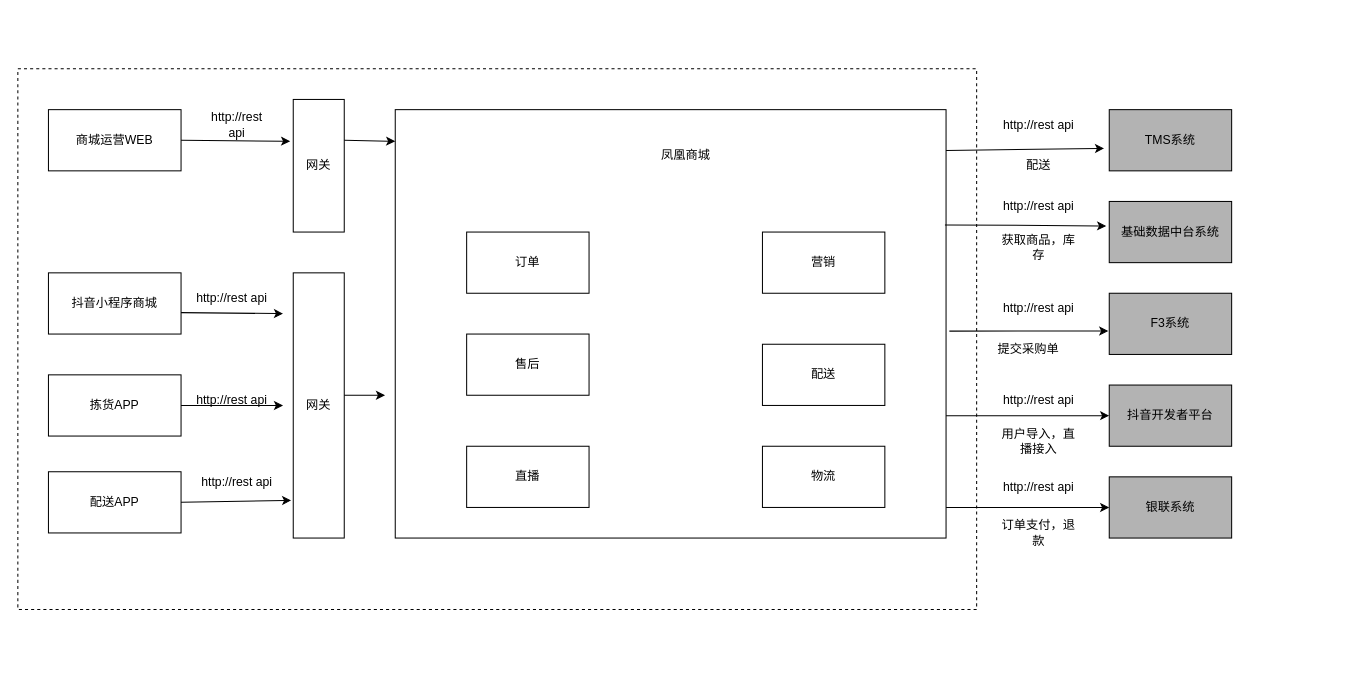
Earlier version of the draw.io diagram ArchitectureDiagram/凤凰商场整体架构.drawio (liuyunlong1229/aaa). Source tidied: cells renumbered, new cells numbered last; positions are measured from the earlier drawing's top-left corner, leaving out a move shared by most shapes. Both pictures are drawn from the tidied source at 102%, with x=0, y=0 at pixel (17, 68).
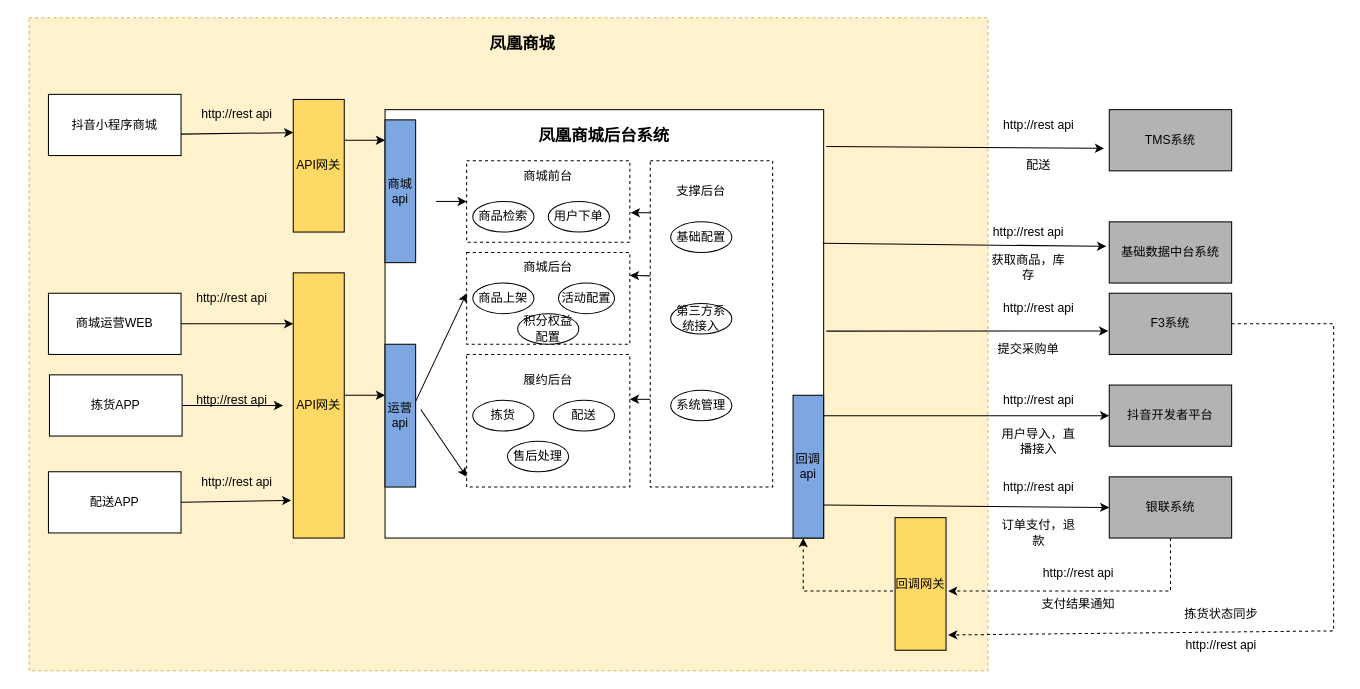
The same diagram, later.

Commit message:
更新凤凰商场整体架构.drawio

Unchanged cells that the change refers to:
```xml
<mxCell id="4" value="TMS系统" style="rounded=0;whiteSpace=wrap;html=1;fillColor=#B3B3B3;" parent="1" vertex="1">
  <mxGeometry x="1070" y="40" width="120" height="60" as="geometry" />
</mxCell>
<mxCell id="7" value="抖音开发者平台" style="rounded=0;whiteSpace=wrap;html=1;fillColor=#B3B3B3;" parent="1" vertex="1">
  <mxGeometry x="1070" y="310" width="120" height="60" as="geometry" />
</mxCell>
<mxCell id="28" value="银联系统" style="rounded=0;whiteSpace=wrap;html=1;fillColor=#B3B3B3;" parent="1" vertex="1">
  <mxGeometry x="1070" y="400" width="120" height="60" as="geometry" />
</mxCell>
```

Diff of the diagram source:
```diff
@@
-    <mxCell id="2" style="rounded=0;whiteSpace=wrap;html=1;dashed=1;" parent="1" vertex="1">
-      <mxGeometry width="940" height="530" as="geometry" />
+    <mxCell id="2" style="rounded=0;whiteSpace=wrap;html=1;dashed=1;fillColor=#fff2cc;strokeColor=#d6b656;" parent="1" vertex="1">
+      <mxGeometry x="11" y="-50" width="940" height="640" as="geometry" />
     </mxCell>
     <mxCell id="3" style="rounded=0;whiteSpace=wrap;html=1;" parent="1" vertex="1">
-      <mxGeometry x="370" y="40" width="540" height="420" as="geometry" />
+      <mxGeometry x="360" y="40" width="430" height="420" as="geometry" />
     </mxCell>
@@
     <mxCell id="5" value="基础数据中台系统" style="rounded=0;whiteSpace=wrap;html=1;fillColor=#B3B3B3;" parent="1" vertex="1">
-      <mxGeometry x="1070" y="130" width="120" height="60" as="geometry" />
+      <mxGeometry x="1070" y="150" width="120" height="60" as="geometry" />
     </mxCell>
@@
     <mxCell id="8" value="抖音小程序商城" style="rounded=0;whiteSpace=wrap;html=1;" parent="1" vertex="1">
-      <mxGeometry x="30" y="200" width="130" height="60" as="geometry" />
+      <mxGeometry x="30" y="25" width="130" height="60" as="geometry" />
     </mxCell>
     <mxCell id="9" value="商城运营WEB" style="rounded=0;whiteSpace=wrap;html=1;" parent="1" vertex="1">
-      <mxGeometry x="30" y="40" width="130" height="60" as="geometry" />
+      <mxGeometry x="30" y="220" width="130" height="60" as="geometry" />
     </mxCell>
     <mxCell id="10" value="拣货APP" style="rounded=0;whiteSpace=wrap;html=1;" parent="1" vertex="1">
-      <mxGeometry x="30" y="300" width="130" height="60" as="geometry" />
+      <mxGeometry x="31" y="300" width="130" height="60" as="geometry" />
     </mxCell>
@@
-    <mxCell id="12" value="网关" style="rounded=0;whiteSpace=wrap;html=1;" parent="1" vertex="1">
+    <mxCell id="12" value="API网关" style="rounded=0;whiteSpace=wrap;html=1;fillColor=#FFD966;" parent="1" vertex="1">
       <mxGeometry x="270" y="30" width="50" height="130" as="geometry" />
     </mxCell>
-    <mxCell id="13" value="&lt;span style=&quot;font-weight: normal;&quot;&gt;网关&lt;/span&gt;" style="rounded=0;whiteSpace=wrap;html=1;fontStyle=1;" parent="1" vertex="1">
+    <mxCell id="13" value="&lt;span style=&quot;font-weight: normal;&quot;&gt;API网关&lt;/span&gt;" style="rounded=0;whiteSpace=wrap;html=1;fontStyle=1;fillColor=#FFD966;" parent="1" vertex="1">
       <mxGeometry x="270" y="200" width="50" height="260" as="geometry" />
     </mxCell>
-    <mxCell id="14" value="售后" style="rounded=0;whiteSpace=wrap;html=1;" parent="1" vertex="1">
-      <mxGeometry x="440" y="260" width="120" height="60" as="geometry" />
-    </mxCell>
-    <mxCell id="15" value="配送" style="rounded=0;whiteSpace=wrap;html=1;" parent="1" vertex="1">
-      <mxGeometry x="730" y="270" width="120" height="60" as="geometry" />
+    <mxCell id="15" style="rounded=0;whiteSpace=wrap;html=1;dashed=1;" parent="1" vertex="1">
+      <mxGeometry x="620" y="90" width="120" height="320" as="geometry" />
     </mxCell>
-    <mxCell id="16" value="直播" style="rounded=0;whiteSpace=wrap;html=1;" parent="1" vertex="1">
-      <mxGeometry x="440" y="370" width="120" height="60" as="geometry" />
-    </mxCell>
-    <mxCell id="17" value="物流" style="rounded=0;whiteSpace=wrap;html=1;" parent="1" vertex="1">
-      <mxGeometry x="730" y="370" width="120" height="60" as="geometry" />
-    </mxCell>
-    <mxCell id="18" value="订单" style="rounded=0;whiteSpace=wrap;html=1;" parent="1" vertex="1">
-      <mxGeometry x="440" y="160" width="120" height="60" as="geometry" />
+    <mxCell id="18" style="rounded=0;whiteSpace=wrap;html=1;dashed=1;" parent="1" vertex="1">
+      <mxGeometry x="440" y="90" width="160" height="80" as="geometry" />
     </mxCell>
-    <mxCell id="19" value="营销" style="rounded=0;whiteSpace=wrap;html=1;" parent="1" vertex="1">
-      <mxGeometry x="730" y="160" width="120" height="60" as="geometry" />
+    <mxCell id="19" style="rounded=0;whiteSpace=wrap;html=1;dashed=1;" parent="1" vertex="1">
+      <mxGeometry x="440" y="180" width="160" height="90" as="geometry" />
     </mxCell>
-    <mxCell id="20" value="凤凰商城" style="text;html=1;strokeColor=none;fillColor=none;align=center;verticalAlign=middle;whiteSpace=wrap;rounded=0;" parent="1" vertex="1">
-      <mxGeometry x="580" y="70" width="150" height="30" as="geometry" />
+    <mxCell id="20" value="&lt;b&gt;&lt;font style=&quot;font-size: 16px;&quot;&gt;凤凰商城后台系统&lt;/font&gt;&lt;/b&gt;" style="text;html=1;strokeColor=none;fillColor=none;align=center;verticalAlign=middle;whiteSpace=wrap;rounded=0;" parent="1" vertex="1">
+      <mxGeometry x="500" y="50" width="150" height="30" as="geometry" />
     </mxCell>
-    <mxCell id="21" style="endArrow=classic;html=1;rounded=0;entryX=-0.06;entryY=0.315;entryDx=0;entryDy=0;entryPerimeter=0;exitX=1;exitY=0.5;exitDx=0;exitDy=0;" parent="1" edge="1" source="9" target="12">
-      <mxGeometry relative="1" as="geometry" />
+    <mxCell id="21" style="endArrow=classic;html=1;rounded=0;exitX=1;exitY=0.5;exitDx=0;exitDy=0;" parent="1" edge="1" source="9">
+      <mxGeometry relative="1" as="geometry">
+        <mxPoint x="270" y="250" as="targetPoint" />
+      </mxGeometry>
     </mxCell>
-    <mxCell id="22" style="endArrow=classic;html=1;rounded=0;entryX=0;entryY=0.074;entryDx=0;entryDy=0;entryPerimeter=0;" parent="1" edge="1" target="3">
+    <mxCell id="22" style="endArrow=classic;html=1;rounded=0;" parent="1" edge="1">
       <mxGeometry relative="1" as="geometry">
         <mxPoint x="320" y="70" as="sourcePoint" />
+        <mxPoint x="360" y="70" as="targetPoint" />
       </mxGeometry>
     </mxCell>
-    <mxCell id="23" style="endArrow=classic;html=1;rounded=0;exitX=1;exitY=0.65;exitDx=0;exitDy=0;exitPerimeter=0;" parent="1" edge="1" source="8">
-      <mxGeometry relative="1" as="geometry">
-        <mxPoint x="260" y="240" as="targetPoint" />
-      </mxGeometry>
+    <mxCell id="23" style="endArrow=classic;html=1;rounded=0;exitX=1;exitY=0.65;exitDx=0;exitDy=0;exitPerimeter=0;entryX=0;entryY=0.25;entryDx=0;entryDy=0;" parent="1" edge="1" source="8" target="12">
+      <mxGeometry relative="1" as="geometry" />
     </mxCell>
@@
-    <mxCell id="27" style="endArrow=classic;html=1;rounded=0;entryX=-0.042;entryY=0.633;entryDx=0;entryDy=0;entryPerimeter=0;" parent="1" edge="1" target="4">
-      <mxGeometry relative="1" as="geometry">
-        <mxPoint x="910" y="80" as="sourcePoint" />
-      </mxGeometry>
+    <mxCell id="27" style="endArrow=classic;html=1;rounded=0;entryX=-0.042;entryY=0.633;entryDx=0;entryDy=0;entryPerimeter=0;exitX=1.006;exitY=0.086;exitDx=0;exitDy=0;exitPerimeter=0;" parent="1" edge="1" source="3" target="4">
+      <mxGeometry relative="1" as="geometry" />
     </mxCell>
@@
-    <mxCell id="29" style="endArrow=classic;html=1;rounded=0;exitX=0.998;exitY=0.269;exitDx=0;exitDy=0;exitPerimeter=0;entryX=-0.025;entryY=0.4;entryDx=0;entryDy=0;entryPerimeter=0;" parent="1" edge="1" source="3" target="5">
+    <mxCell id="29" style="endArrow=classic;html=1;rounded=0;entryX=-0.025;entryY=0.4;entryDx=0;entryDy=0;entryPerimeter=0;exitX=0.998;exitY=0.312;exitDx=0;exitDy=0;exitPerimeter=0;" parent="1" edge="1" source="3" target="5">
       <mxGeometry relative="1" as="geometry" />
     </mxCell>
@@
     <mxCell id="31" style="endArrow=classic;html=1;rounded=0;entryX=0;entryY=0.5;entryDx=0;entryDy=0;" parent="1" edge="1" target="7">
       <mxGeometry relative="1" as="geometry">
-        <mxPoint x="910" y="340" as="sourcePoint" />
+        <mxPoint x="790" y="340" as="sourcePoint" />
       </mxGeometry>
     </mxCell>
-    <mxCell id="32" style="endArrow=classic;html=1;rounded=0;entryX=0;entryY=0.5;entryDx=0;entryDy=0;" parent="1" edge="1" target="28">
-      <mxGeometry relative="1" as="geometry">
-        <mxPoint x="910" y="430" as="sourcePoint" />
-      </mxGeometry>
+    <mxCell id="32" style="endArrow=classic;html=1;rounded=0;entryX=0;entryY=0.5;entryDx=0;entryDy=0;exitX=0.999;exitY=0.923;exitDx=0;exitDy=0;exitPerimeter=0;" parent="1" edge="1" source="3" target="28">
+      <mxGeometry relative="1" as="geometry" />
     </mxCell>
     <mxCell id="33" value="http://rest api" style="text;html=1;strokeColor=none;fillColor=none;align=center;verticalAlign=middle;whiteSpace=wrap;rounded=0;" parent="1" vertex="1">
-      <mxGeometry x="180" y="40" width="70" height="30" as="geometry" />
+      <mxGeometry x="175" y="30" width="80" height="30" as="geometry" />
     </mxCell>
@@
     <mxCell id="38" value="http://rest api" style="text;html=1;strokeColor=none;fillColor=none;align=center;verticalAlign=middle;whiteSpace=wrap;rounded=0;" parent="1" vertex="1">
-      <mxGeometry x="961" y="120" width="80" height="30" as="geometry" />
+      <mxGeometry x="951" y="145" width="80" height="30" as="geometry" />
     </mxCell>
     <mxCell id="39" value="获取商品，库存" style="text;html=1;strokeColor=none;fillColor=none;align=center;verticalAlign=middle;whiteSpace=wrap;rounded=0;" parent="1" vertex="1">
-      <mxGeometry x="961" y="160" width="80" height="30" as="geometry" />
+      <mxGeometry x="951" y="180" width="80" height="30" as="geometry" />
     </mxCell>
@@
+    <mxCell id="47" value="回调网关" style="rounded=0;whiteSpace=wrap;html=1;fillColor=#FFD966;" parent="1" vertex="1">
+      <mxGeometry x="860" y="440" width="50" height="130" as="geometry" />
+    </mxCell>
+    <mxCell id="48" style="endArrow=classic;html=1;rounded=0;exitX=0.5;exitY=1;exitDx=0;exitDy=0;entryX=1.04;entryY=0.554;entryDx=0;entryDy=0;dashed=1;entryPerimeter=0;" parent="1" edge="1" source="28" target="47">
+      <mxGeometry relative="1" as="geometry">
+        <Array as="points">
+          <mxPoint x="1130" y="512" />
+        </Array>
+      </mxGeometry>
+    </mxCell>
+    <mxCell id="49" style="endArrow=classic;html=1;rounded=0;dashed=1;exitX=-0.04;exitY=0.554;exitDx=0;exitDy=0;exitPerimeter=0;entryX=0.333;entryY=1;entryDx=0;entryDy=0;entryPerimeter=0;" parent="1" edge="1" source="47" target="77">
+      <mxGeometry relative="1" as="geometry">
+        <Array as="points">
+          <mxPoint x="770" y="512" />
+        </Array>
+      </mxGeometry>
+    </mxCell>
+    <mxCell id="50" value="商城api" style="rounded=0;whiteSpace=wrap;html=1;fillColor=#7EA6E0;" parent="1" vertex="1">
+      <mxGeometry x="360" y="50" width="30" height="140" as="geometry" />
+    </mxCell>
+    <mxCell id="51" value="运营api" style="rounded=0;whiteSpace=wrap;html=1;fillColor=#7EA6E0;" parent="1" vertex="1">
+      <mxGeometry x="360" y="270" width="30" height="140" as="geometry" />
+    </mxCell>
+    <mxCell id="52" style="endArrow=classic;html=1;rounded=0;dashed=1;entryX=1.04;entryY=0.885;entryDx=0;entryDy=0;entryPerimeter=0;" parent="1" edge="1" target="47">
+      <mxGeometry relative="1" as="geometry">
+        <mxPoint x="1190" y="250" as="sourcePoint" />
+        <Array as="points">
+          <mxPoint x="1290" y="250" />
+          <mxPoint x="1290" y="551" />
+        </Array>
+      </mxGeometry>
+    </mxCell>
+    <mxCell id="53" value="&lt;b&gt;&lt;font style=&quot;font-size: 16px;&quot;&gt;凤凰商城&lt;/font&gt;&lt;/b&gt;" style="text;html=1;strokeColor=none;fillColor=none;align=center;verticalAlign=middle;whiteSpace=wrap;rounded=0;" parent="1" vertex="1">
+      <mxGeometry x="420" y="-40" width="150" height="30" as="geometry" />
+    </mxCell>
+    <mxCell id="54" style="endArrow=classic;html=1;rounded=0;entryX=0;entryY=0.5;entryDx=0;entryDy=0;" parent="1" edge="1" target="18">
+      <mxGeometry relative="1" as="geometry">
+        <mxPoint x="410" y="130" as="sourcePoint" />
+      </mxGeometry>
+    </mxCell>
+    <mxCell id="55" style="endArrow=classic;html=1;rounded=0;exitX=1;exitY=0.4;exitDx=0;exitDy=0;exitPerimeter=0;" parent="1" edge="1" source="51">
+      <mxGeometry relative="1" as="geometry">
+        <mxPoint x="440" y="220" as="targetPoint" />
+      </mxGeometry>
+    </mxCell>
+    <mxCell id="56" style="endArrow=classic;html=1;rounded=0;entryX=0;entryY=0.5;entryDx=0;entryDy=0;exitX=1.167;exitY=0.457;exitDx=0;exitDy=0;exitPerimeter=0;" parent="1" edge="1" source="51">
+      <mxGeometry relative="1" as="geometry">
+        <mxPoint x="440" y="400" as="targetPoint" />
+      </mxGeometry>
+    </mxCell>
+    <mxCell id="57" style="rounded=0;whiteSpace=wrap;html=1;dashed=1;" parent="1" vertex="1">
+      <mxGeometry x="440" y="280" width="160" height="130" as="geometry" />
+    </mxCell>
+    <mxCell id="58" value="拣货" style="ellipse;whiteSpace=wrap;html=1;" parent="1" vertex="1">
+      <mxGeometry x="446" y="325" width="60" height="30" as="geometry" />
+    </mxCell>
+    <mxCell id="59" value="配送" style="ellipse;whiteSpace=wrap;html=1;" parent="1" vertex="1">
+      <mxGeometry x="525" y="325" width="60" height="30" as="geometry" />
+    </mxCell>
+    <mxCell id="60" value="售后处理" style="ellipse;whiteSpace=wrap;html=1;" parent="1" vertex="1">
+      <mxGeometry x="480" y="365" width="60" height="30" as="geometry" />
+    </mxCell>
+    <mxCell id="61" value="履约后台" style="text;html=1;strokeColor=none;fillColor=none;align=center;verticalAlign=middle;whiteSpace=wrap;rounded=0;" parent="1" vertex="1">
+      <mxGeometry x="490" y="290" width="60" height="30" as="geometry" />
+    </mxCell>
+    <mxCell id="62" value="商城后台" style="text;html=1;strokeColor=none;fillColor=none;align=center;verticalAlign=middle;whiteSpace=wrap;rounded=0;" parent="1" vertex="1">
+      <mxGeometry x="490" y="180" width="60" height="30" as="geometry" />
+    </mxCell>
+    <mxCell id="63" value="商品上架" style="ellipse;whiteSpace=wrap;html=1;" parent="1" vertex="1">
+      <mxGeometry x="446" y="210" width="60" height="30" as="geometry" />
+    </mxCell>
+    <mxCell id="64" value="活动配置" style="ellipse;whiteSpace=wrap;html=1;" parent="1" vertex="1">
+      <mxGeometry x="530" y="210" width="55" height="30" as="geometry" />
+    </mxCell>
+    <mxCell id="65" value="积分权益配置" style="ellipse;whiteSpace=wrap;html=1;" parent="1" vertex="1">
+      <mxGeometry x="490" y="240" width="60" height="30" as="geometry" />
+    </mxCell>
+    <mxCell id="66" value="商城前台" style="text;html=1;strokeColor=none;fillColor=none;align=center;verticalAlign=middle;whiteSpace=wrap;rounded=0;" parent="1" vertex="1">
+      <mxGeometry x="490" y="90" width="60" height="30" as="geometry" />
+    </mxCell>
+    <mxCell id="67" value="商品检索" style="ellipse;whiteSpace=wrap;html=1;" parent="1" vertex="1">
+      <mxGeometry x="446" y="130" width="60" height="30" as="geometry" />
+    </mxCell>
+    <mxCell id="68" value="用户下单" style="ellipse;whiteSpace=wrap;html=1;" parent="1" vertex="1">
+      <mxGeometry x="520" y="130" width="60" height="30" as="geometry" />
+    </mxCell>
+    <mxCell id="69" value="支撑后台" style="text;html=1;strokeColor=none;fillColor=none;align=center;verticalAlign=middle;whiteSpace=wrap;rounded=0;" parent="1" vertex="1">
+      <mxGeometry x="640" y="105" width="60" height="30" as="geometry" />
+    </mxCell>
+    <mxCell id="70" value="基础配置" style="ellipse;whiteSpace=wrap;html=1;" parent="1" vertex="1">
+      <mxGeometry x="640" y="150" width="60" height="30" as="geometry" />
+    </mxCell>
+    <mxCell id="71" value="第三方系统接入" style="ellipse;whiteSpace=wrap;html=1;" parent="1" vertex="1">
+      <mxGeometry x="640" y="230" width="60" height="30" as="geometry" />
+    </mxCell>
+    <mxCell id="72" value="系统管理" style="ellipse;whiteSpace=wrap;html=1;" parent="1" vertex="1">
+      <mxGeometry x="640" y="315" width="60" height="30" as="geometry" />
+    </mxCell>
+    <mxCell id="73" value="支付结果通知" style="text;html=1;strokeColor=none;fillColor=none;align=center;verticalAlign=middle;whiteSpace=wrap;rounded=0;" parent="1" vertex="1">
+      <mxGeometry x="1000" y="510" width="80" height="30" as="geometry" />
+    </mxCell>
+    <mxCell id="74" value="拣货状态同步" style="text;html=1;strokeColor=none;fillColor=none;align=center;verticalAlign=middle;whiteSpace=wrap;rounded=0;" parent="1" vertex="1">
+      <mxGeometry x="1140" y="520" width="80" height="30" as="geometry" />
+    </mxCell>
+    <mxCell id="75" value="http://rest api" style="text;html=1;strokeColor=none;fillColor=none;align=center;verticalAlign=middle;whiteSpace=wrap;rounded=0;" parent="1" vertex="1">
+      <mxGeometry x="1140" y="550" width="80" height="30" as="geometry" />
+    </mxCell>
+    <mxCell id="76" value="http://rest api" style="text;html=1;strokeColor=none;fillColor=none;align=center;verticalAlign=middle;whiteSpace=wrap;rounded=0;" parent="1" vertex="1">
+      <mxGeometry x="1000" y="480" width="80" height="30" as="geometry" />
+    </mxCell>
+    <mxCell id="77" value="回调api" style="rounded=0;whiteSpace=wrap;html=1;fillColor=#7EA6E0;" parent="1" vertex="1">
+      <mxGeometry x="760" y="320" width="30" height="140" as="geometry" />
+    </mxCell>
+    <mxCell id="78" style="endArrow=classic;html=1;rounded=0;entryX=1;entryY=0.25;entryDx=0;entryDy=0;exitX=0;exitY=0.353;exitDx=0;exitDy=0;exitPerimeter=0;" parent="1" edge="1" source="15" target="19">
+      <mxGeometry relative="1" as="geometry" />
+    </mxCell>
+    <mxCell id="79" style="endArrow=classic;html=1;rounded=0;" parent="1" edge="1">
+      <mxGeometry relative="1" as="geometry">
+        <mxPoint x="620" y="324" as="sourcePoint" />
+        <mxPoint x="600" y="324" as="targetPoint" />
+      </mxGeometry>
+    </mxCell>
+    <mxCell id="80" style="endArrow=classic;html=1;rounded=0;entryX=1.006;entryY=0.638;entryDx=0;entryDy=0;entryPerimeter=0;" parent="1" edge="1" target="18">
+      <mxGeometry relative="1" as="geometry">
+        <mxPoint x="620" y="141" as="sourcePoint" />
+      </mxGeometry>
+    </mxCell>
```
